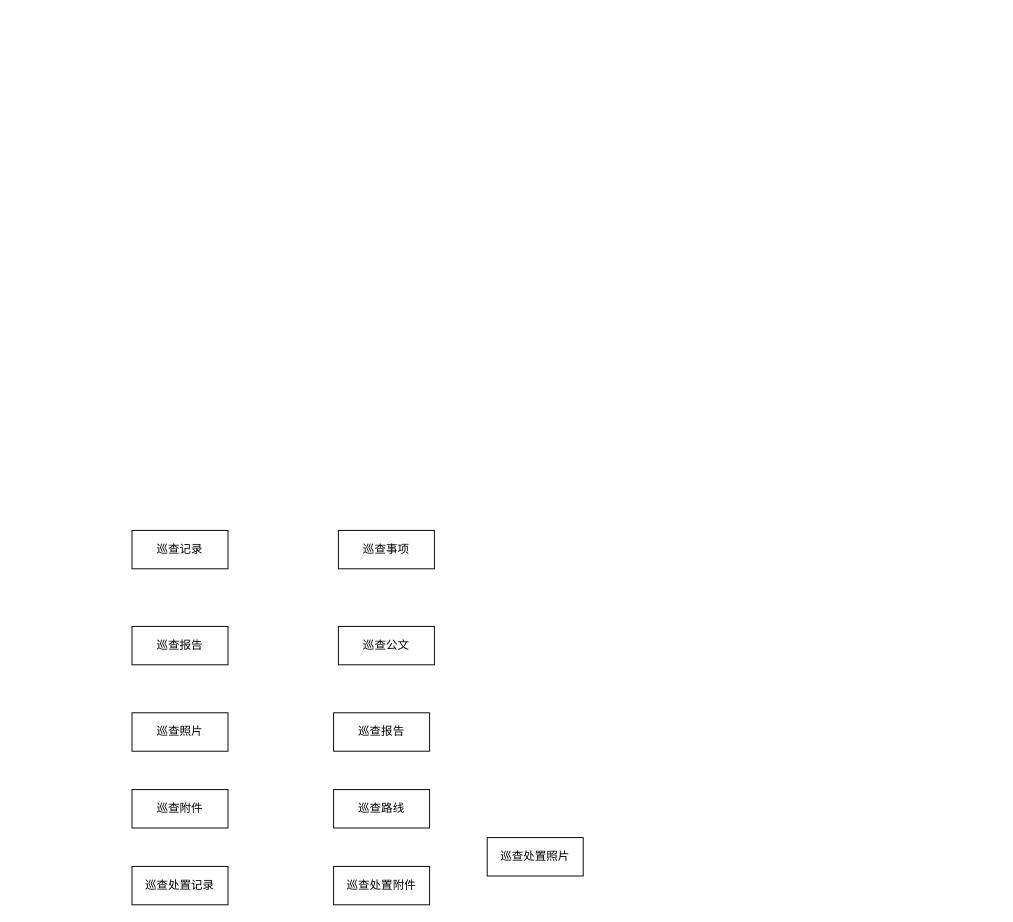
The draw.io diagram file/szzfer.drawio in DORcode/admin-demo, before the edit. Source tidied: cells renumbered, new cells numbered last; positions are measured from the earlier drawing's top-left corner, leaving out a move shared by most shapes. Both pictures are drawn from the tidied source at 96%, with x=0, y=0 at pixel (132, 530).
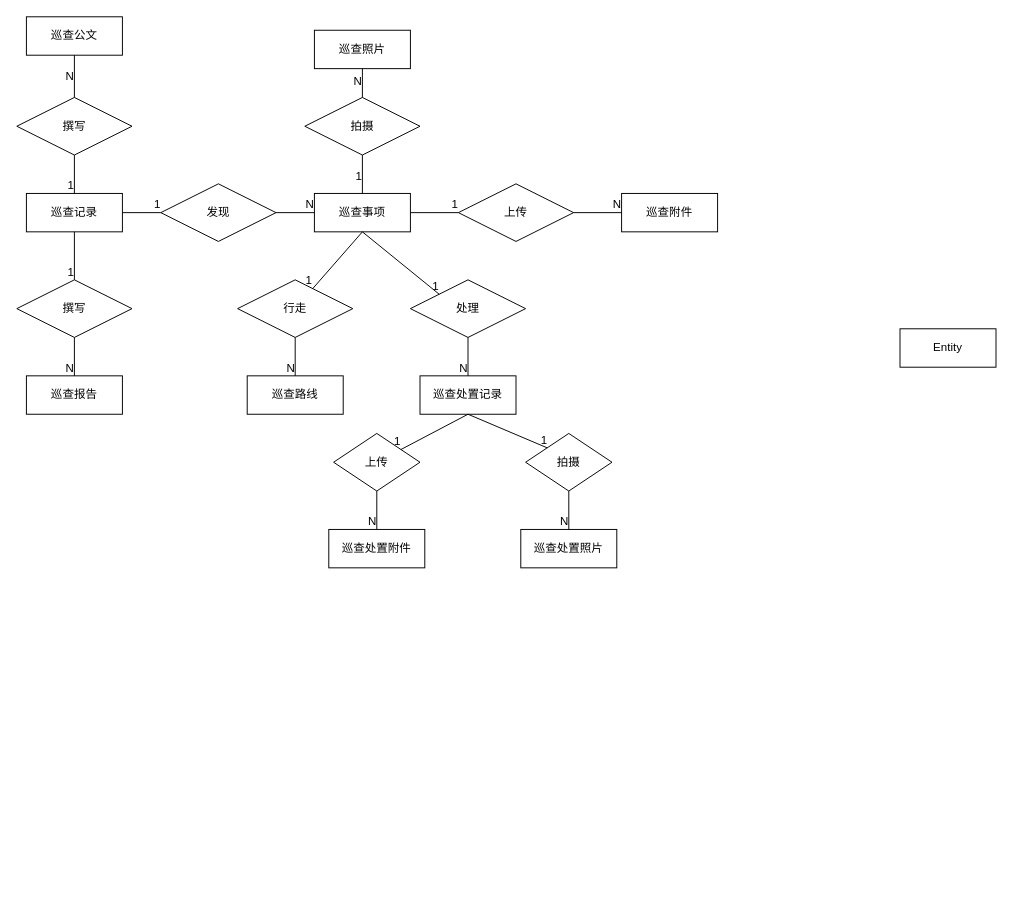
The same diagram, later.

Diff of the diagram source:
```diff
@@
-    <mxCell id="2" value="巡查记录" style="whiteSpace=wrap;html=1;align=center;" parent="1" vertex="1">
-      <mxGeometry width="100" height="40" as="geometry" />
+    <mxCell id="2" value="巡查记录" style="whiteSpace=wrap;html=1;align=center;fontFamily=仿宋;" parent="1" vertex="1">
+      <mxGeometry x="-110" y="-351" width="100" height="40" as="geometry" />
     </mxCell>
-    <mxCell id="3" value="巡查事项" style="whiteSpace=wrap;html=1;align=center;" parent="1" vertex="1">
-      <mxGeometry x="215" width="100" height="40" as="geometry" />
+    <mxCell id="3" value="巡查事项" style="whiteSpace=wrap;html=1;align=center;fontFamily=仿宋;" parent="1" vertex="1">
+      <mxGeometry x="190" y="-351" width="100" height="40" as="geometry" />
     </mxCell>
-    <mxCell id="4" value="巡查报告" style="whiteSpace=wrap;html=1;align=center;" parent="1" vertex="1">
-      <mxGeometry y="100" width="100" height="40" as="geometry" />
+    <mxCell id="4" value="巡查报告" style="whiteSpace=wrap;html=1;align=center;fontFamily=仿宋;" parent="1" vertex="1">
+      <mxGeometry x="-110" y="-161" width="100" height="40" as="geometry" />
     </mxCell>
-    <mxCell id="5" value="巡查公文" style="whiteSpace=wrap;html=1;align=center;" parent="1" vertex="1">
-      <mxGeometry x="215" y="100" width="100" height="40" as="geometry" />
+    <mxCell id="5" value="巡查公文" style="whiteSpace=wrap;html=1;align=center;fontFamily=仿宋;" parent="1" vertex="1">
+      <mxGeometry x="-110" y="-535" width="100" height="40" as="geometry" />
     </mxCell>
-    <mxCell id="6" value="巡查照片" style="whiteSpace=wrap;html=1;align=center;" parent="1" vertex="1">
-      <mxGeometry y="190" width="100" height="40" as="geometry" />
+    <mxCell id="6" value="巡查照片" style="whiteSpace=wrap;html=1;align=center;fontFamily=仿宋;" parent="1" vertex="1">
+      <mxGeometry x="190" y="-521" width="100" height="40" as="geometry" />
     </mxCell>
-    <mxCell id="7" value="巡查报告" style="whiteSpace=wrap;html=1;align=center;" parent="1" vertex="1">
-      <mxGeometry x="210" y="190" width="100" height="40" as="geometry" />
-    </mxCell>
-    <mxCell id="8" value="巡查附件" style="whiteSpace=wrap;html=1;align=center;" parent="1" vertex="1">
-      <mxGeometry y="270" width="100" height="40" as="geometry" />
+    <mxCell id="8" value="巡查附件" style="whiteSpace=wrap;html=1;align=center;fontFamily=仿宋;" parent="1" vertex="1">
+      <mxGeometry x="510" y="-351" width="100" height="40" as="geometry" />
     </mxCell>
-    <mxCell id="9" value="巡查路线" style="whiteSpace=wrap;html=1;align=center;" parent="1" vertex="1">
-      <mxGeometry x="210" y="270" width="100" height="40" as="geometry" />
+    <mxCell id="9" value="巡查路线" style="whiteSpace=wrap;html=1;align=center;fontFamily=仿宋;" parent="1" vertex="1">
+      <mxGeometry x="120" y="-161" width="100" height="40" as="geometry" />
     </mxCell>
-    <mxCell id="10" value="巡查处置记录" style="whiteSpace=wrap;html=1;align=center;" parent="1" vertex="1">
-      <mxGeometry y="350" width="100" height="40" as="geometry" />
+    <mxCell id="10" value="巡查处置记录" style="whiteSpace=wrap;html=1;align=center;fontFamily=仿宋;" parent="1" vertex="1">
+      <mxGeometry x="300" y="-161" width="100" height="40" as="geometry" />
     </mxCell>
-    <mxCell id="11" value="巡查处置附件" style="whiteSpace=wrap;html=1;align=center;" parent="1" vertex="1">
-      <mxGeometry x="210" y="350" width="100" height="40" as="geometry" />
+    <mxCell id="11" value="巡查处置附件" style="whiteSpace=wrap;html=1;align=center;fontFamily=仿宋;" parent="1" vertex="1">
+      <mxGeometry x="205" y="-1" width="100" height="40" as="geometry" />
     </mxCell>
-    <mxCell id="12" value="巡查处置照片" style="whiteSpace=wrap;html=1;align=center;" parent="1" vertex="1">
-      <mxGeometry x="370" y="320" width="100" height="40" as="geometry" />
+    <mxCell id="12" value="巡查处置照片" style="whiteSpace=wrap;html=1;align=center;fontFamily=仿宋;" parent="1" vertex="1">
+      <mxGeometry x="405" y="-1" width="100" height="40" as="geometry" />
     </mxCell>
+    <mxCell id="13" value="发现" style="shape=rhombus;perimeter=rhombusPerimeter;whiteSpace=wrap;html=1;align=center;fontFamily=仿宋;" parent="1" vertex="1">
+      <mxGeometry x="30" y="-361" width="120" height="60" as="geometry" />
+    </mxCell>
+    <mxCell id="14" style="endArrow=none;html=1;rounded=0;entryX=0;entryY=0.5;entryDx=0;entryDy=0;fontFamily=仿宋;" parent="1" edge="1" target="13">
+      <mxGeometry relative="1" as="geometry">
+        <mxPoint x="-10" y="-331" as="sourcePoint" />
+      </mxGeometry>
+    </mxCell>
+    <mxCell id="15" value="1" style="html=1;align=right;verticalAlign=bottom;fontFamily=仿宋;" parent="14" vertex="1">
+      <mxGeometry x="1" relative="1" as="geometry" />
+    </mxCell>
+    <mxCell id="16" style="endArrow=none;html=1;rounded=0;exitX=1;exitY=0.5;exitDx=0;exitDy=0;entryX=0;entryY=0.5;entryDx=0;entryDy=0;fontFamily=仿宋;" parent="1" edge="1" source="13" target="3">
+      <mxGeometry relative="1" as="geometry" />
+    </mxCell>
+    <mxCell id="17" value="N" style="html=1;align=right;verticalAlign=bottom;fontFamily=仿宋;" parent="16" vertex="1">
+      <mxGeometry x="1" relative="1" as="geometry" />
+    </mxCell>
+    <mxCell id="18" value="撰写" style="shape=rhombus;perimeter=rhombusPerimeter;whiteSpace=wrap;html=1;align=center;fontFamily=仿宋;" parent="1" vertex="1">
+      <mxGeometry x="-120" y="-261" width="120" height="60" as="geometry" />
+    </mxCell>
+    <mxCell id="19" style="endArrow=none;html=1;rounded=0;exitX=0.5;exitY=1;exitDx=0;exitDy=0;entryX=0.5;entryY=0;entryDx=0;entryDy=0;fontFamily=仿宋;" parent="1" edge="1" source="2" target="18">
+      <mxGeometry relative="1" as="geometry" />
+    </mxCell>
+    <mxCell id="20" value="1" style="html=1;align=right;verticalAlign=bottom;fontFamily=仿宋;" parent="19" vertex="1">
+      <mxGeometry x="1" relative="1" as="geometry" />
+    </mxCell>
+    <mxCell id="21" style="endArrow=none;html=1;rounded=0;exitX=0.5;exitY=1;exitDx=0;exitDy=0;entryX=0.5;entryY=0;entryDx=0;entryDy=0;fontFamily=仿宋;" parent="1" edge="1" source="18" target="4">
+      <mxGeometry relative="1" as="geometry" />
+    </mxCell>
+    <mxCell id="22" value="N" style="html=1;align=right;verticalAlign=bottom;fontFamily=仿宋;" parent="21" vertex="1">
+      <mxGeometry x="1" relative="1" as="geometry" />
+    </mxCell>
+    <mxCell id="23" value="撰写" style="shape=rhombus;perimeter=rhombusPerimeter;whiteSpace=wrap;html=1;align=center;fontFamily=仿宋;" parent="1" vertex="1">
+      <mxGeometry x="-120" y="-451" width="120" height="60" as="geometry" />
+    </mxCell>
+    <mxCell id="24" style="endArrow=none;html=1;rounded=0;exitX=0.5;exitY=0;exitDx=0;exitDy=0;entryX=0.5;entryY=1;entryDx=0;entryDy=0;fontFamily=仿宋;" parent="1" edge="1" source="2" target="23">
+      <mxGeometry relative="1" as="geometry" />
+    </mxCell>
+    <mxCell id="25" value="1" style="html=1;align=right;verticalAlign=bottom;fontFamily=仿宋;" parent="24" vertex="1">
+      <mxGeometry x="1" relative="1" as="geometry">
+        <mxPoint y="40" as="offset" />
+      </mxGeometry>
+    </mxCell>
+    <mxCell id="26" style="endArrow=none;html=1;rounded=0;exitX=0.5;exitY=0;exitDx=0;exitDy=0;entryX=0.5;entryY=1;entryDx=0;entryDy=0;fontFamily=仿宋;" parent="1" edge="1" source="23" target="5">
+      <mxGeometry relative="1" as="geometry" />
+    </mxCell>
+    <mxCell id="27" value="N" style="html=1;align=right;verticalAlign=bottom;fontFamily=仿宋;" parent="26" vertex="1">
+      <mxGeometry x="1" relative="1" as="geometry">
+        <mxPoint y="30" as="offset" />
+      </mxGeometry>
+    </mxCell>
+    <mxCell id="28" value="拍摄" style="shape=rhombus;perimeter=rhombusPerimeter;whiteSpace=wrap;html=1;align=center;fontFamily=仿宋;" parent="1" vertex="1">
+      <mxGeometry x="180" y="-451" width="120" height="60" as="geometry" />
+    </mxCell>
+    <mxCell id="29" style="endArrow=none;html=1;rounded=0;exitX=0.5;exitY=0;exitDx=0;exitDy=0;entryX=0.5;entryY=1;entryDx=0;entryDy=0;fontFamily=仿宋;" parent="1" edge="1" source="3" target="28">
+      <mxGeometry relative="1" as="geometry" />
+    </mxCell>
+    <mxCell id="30" value="1" style="html=1;align=right;verticalAlign=bottom;fontFamily=仿宋;" parent="29" vertex="1">
+      <mxGeometry x="1" relative="1" as="geometry">
+        <mxPoint y="30" as="offset" />
+      </mxGeometry>
+    </mxCell>
+    <mxCell id="31" style="endArrow=none;html=1;rounded=0;exitX=0.5;exitY=0;exitDx=0;exitDy=0;entryX=0.5;entryY=1;entryDx=0;entryDy=0;fontFamily=仿宋;" parent="1" edge="1" source="28" target="6">
+      <mxGeometry relative="1" as="geometry" />
+    </mxCell>
+    <mxCell id="32" value="N" style="html=1;align=right;verticalAlign=bottom;fontFamily=仿宋;" parent="31" vertex="1">
+      <mxGeometry x="1" relative="1" as="geometry">
+        <mxPoint y="22" as="offset" />
+      </mxGeometry>
+    </mxCell>
+    <mxCell id="33" value="上传" style="shape=rhombus;perimeter=rhombusPerimeter;whiteSpace=wrap;html=1;align=center;fontFamily=仿宋;" parent="1" vertex="1">
+      <mxGeometry x="340" y="-361" width="120" height="60" as="geometry" />
+    </mxCell>
+    <mxCell id="34" style="endArrow=none;html=1;rounded=0;exitX=1;exitY=0.5;exitDx=0;exitDy=0;entryX=0;entryY=0.5;entryDx=0;entryDy=0;fontFamily=仿宋;" parent="1" edge="1" source="3" target="33">
+      <mxGeometry relative="1" as="geometry" />
+    </mxCell>
+    <mxCell id="35" value="1" style="html=1;align=right;verticalAlign=bottom;fontFamily=仿宋;" parent="34" vertex="1">
+      <mxGeometry x="1" relative="1" as="geometry" />
+    </mxCell>
+    <mxCell id="36" style="endArrow=none;html=1;rounded=0;exitX=1;exitY=0.5;exitDx=0;exitDy=0;entryX=0;entryY=0.5;entryDx=0;entryDy=0;fontFamily=仿宋;" parent="1" edge="1" source="33" target="8">
+      <mxGeometry relative="1" as="geometry" />
+    </mxCell>
+    <mxCell id="37" value="N" style="html=1;align=right;verticalAlign=bottom;fontFamily=仿宋;" parent="36" vertex="1">
+      <mxGeometry x="1" relative="1" as="geometry" />
+    </mxCell>
+    <mxCell id="38" value="行走" style="shape=rhombus;perimeter=rhombusPerimeter;whiteSpace=wrap;html=1;align=center;fontFamily=仿宋;" parent="1" vertex="1">
+      <mxGeometry x="110" y="-261" width="120" height="60" as="geometry" />
+    </mxCell>
+    <mxCell id="39" style="endArrow=none;html=1;rounded=0;exitX=0.5;exitY=1;exitDx=0;exitDy=0;fontFamily=仿宋;" parent="1" edge="1" source="3" target="38">
+      <mxGeometry relative="1" as="geometry" />
+    </mxCell>
+    <mxCell id="40" value="1" style="html=1;align=right;verticalAlign=bottom;fontFamily=仿宋;" parent="39" vertex="1">
+      <mxGeometry x="1" relative="1" as="geometry" />
+    </mxCell>
+    <mxCell id="41" style="endArrow=none;html=1;rounded=0;exitX=0.5;exitY=1;exitDx=0;exitDy=0;entryX=0.5;entryY=0;entryDx=0;entryDy=0;fontFamily=仿宋;" parent="1" edge="1" source="38" target="9">
+      <mxGeometry relative="1" as="geometry" />
+    </mxCell>
+    <mxCell id="42" value="N" style="html=1;align=right;verticalAlign=bottom;fontFamily=仿宋;" parent="41" vertex="1">
+      <mxGeometry x="1" relative="1" as="geometry" />
+    </mxCell>
+    <mxCell id="43" value="处理" style="shape=rhombus;perimeter=rhombusPerimeter;whiteSpace=wrap;html=1;align=center;fontFamily=仿宋;" parent="1" vertex="1">
+      <mxGeometry x="290" y="-261" width="120" height="60" as="geometry" />
+    </mxCell>
+    <mxCell id="44" style="endArrow=none;html=1;rounded=0;entryX=0;entryY=0;entryDx=0;entryDy=0;fontFamily=仿宋;" parent="1" edge="1" target="43">
+      <mxGeometry relative="1" as="geometry">
+        <mxPoint x="240" y="-311" as="sourcePoint" />
+      </mxGeometry>
+    </mxCell>
+    <mxCell id="45" value="1" style="html=1;align=right;verticalAlign=bottom;fontFamily=仿宋;" parent="44" vertex="1">
+      <mxGeometry x="1" relative="1" as="geometry" />
+    </mxCell>
+    <mxCell id="46" style="endArrow=none;html=1;rounded=0;exitX=0.5;exitY=1;exitDx=0;exitDy=0;entryX=0.5;entryY=0;entryDx=0;entryDy=0;fontFamily=仿宋;" parent="1" edge="1" source="43" target="10">
+      <mxGeometry relative="1" as="geometry" />
+    </mxCell>
+    <mxCell id="47" value="N" style="html=1;align=right;verticalAlign=bottom;fontFamily=仿宋;" parent="46" vertex="1">
+      <mxGeometry x="1" relative="1" as="geometry" />
+    </mxCell>
+    <mxCell id="48" value="上传" style="shape=rhombus;perimeter=rhombusPerimeter;whiteSpace=wrap;html=1;align=center;fontFamily=仿宋;" parent="1" vertex="1">
+      <mxGeometry x="210" y="-101" width="90" height="60" as="geometry" />
+    </mxCell>
+    <mxCell id="49" style="endArrow=none;html=1;rounded=0;exitX=0.5;exitY=1;exitDx=0;exitDy=0;fontFamily=仿宋;" parent="1" edge="1" source="10" target="48">
+      <mxGeometry relative="1" as="geometry" />
+    </mxCell>
+    <mxCell id="50" value="1" style="html=1;align=right;verticalAlign=bottom;fontFamily=仿宋;" parent="49" vertex="1">
+      <mxGeometry x="1" relative="1" as="geometry" />
+    </mxCell>
+    <mxCell id="51" style="endArrow=none;html=1;rounded=0;exitX=0.5;exitY=1;exitDx=0;exitDy=0;entryX=0.5;entryY=0;entryDx=0;entryDy=0;fontFamily=仿宋;" parent="1" edge="1" source="48" target="11">
+      <mxGeometry relative="1" as="geometry" />
+    </mxCell>
+    <mxCell id="52" value="N" style="html=1;align=right;verticalAlign=bottom;fontFamily=仿宋;" parent="51" vertex="1">
+      <mxGeometry x="1" relative="1" as="geometry" />
+    </mxCell>
+    <mxCell id="53" value="拍摄" style="shape=rhombus;perimeter=rhombusPerimeter;whiteSpace=wrap;html=1;align=center;fontFamily=仿宋;" parent="1" vertex="1">
+      <mxGeometry x="410" y="-101" width="90" height="60" as="geometry" />
+    </mxCell>
+    <mxCell id="54" style="endArrow=none;html=1;rounded=0;entryX=0;entryY=0;entryDx=0;entryDy=0;fontFamily=仿宋;" parent="1" edge="1" target="53">
+      <mxGeometry relative="1" as="geometry">
+        <mxPoint x="350" y="-121" as="sourcePoint" />
+      </mxGeometry>
+    </mxCell>
+    <mxCell id="55" value="1" style="html=1;align=right;verticalAlign=bottom;fontFamily=仿宋;" parent="54" vertex="1">
+      <mxGeometry x="1" relative="1" as="geometry" />
+    </mxCell>
+    <mxCell id="56" style="endArrow=none;html=1;rounded=0;exitX=0.5;exitY=1;exitDx=0;exitDy=0;entryX=0.5;entryY=0;entryDx=0;entryDy=0;fontFamily=仿宋;" parent="1" edge="1" source="53" target="12">
+      <mxGeometry relative="1" as="geometry" />
+    </mxCell>
+    <mxCell id="57" value="N" style="html=1;align=right;verticalAlign=bottom;fontFamily=仿宋;" parent="56" vertex="1">
+      <mxGeometry x="1" relative="1" as="geometry" />
+    </mxCell>
+    <mxCell id="58" value="Entity" style="whiteSpace=wrap;html=1;align=center;" parent="1" vertex="1">
+      <mxGeometry x="800" y="-210" width="100" height="40" as="geometry" />
+    </mxCell>
```
